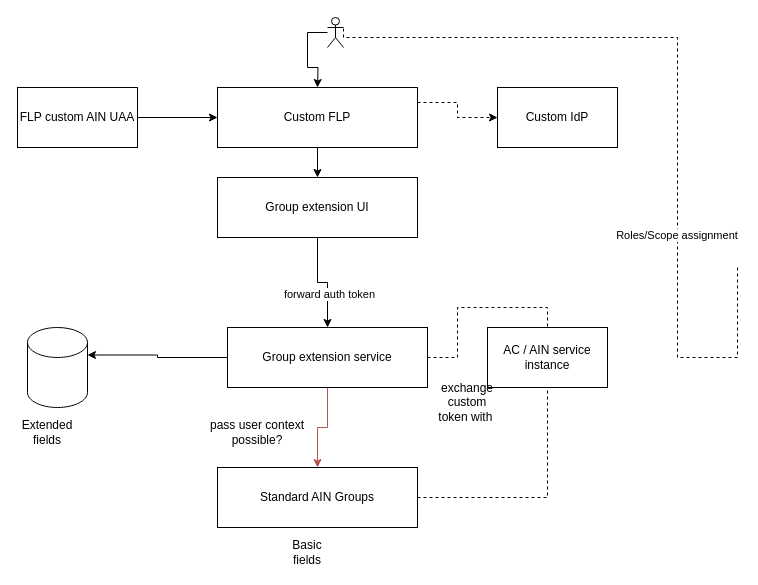
MohdSaifz/geojsons keeps this draw.io diagram as page "Page-9" (9 of 12) of Untitled Diagram.drawio. Above is the earlier version. Source tidied: cells renumbered, new cells numbered last; positions are measured from the earlier drawing's top-left corner, leaving out a move shared by most shapes. Both pictures are drawn from the tidied source at 100%, with x=0, y=0 at pixel (17, 17).
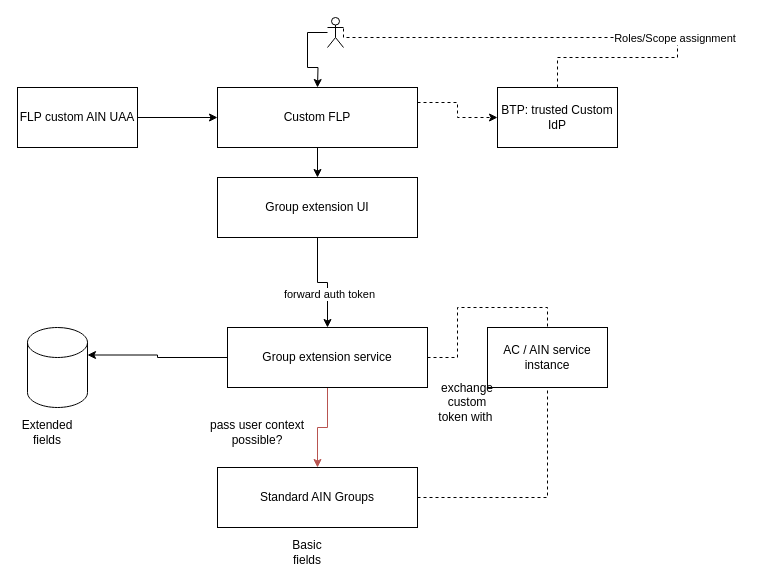
The same page after the edit.

The change refers to these unchanged cells:
```xml
<mxCell id="12" style="shape=umlActor;verticalLabelPosition=bottom;verticalAlign=top;html=1;outlineConnect=0;" parent="1" vertex="1">
  <mxGeometry x="310" width="16" height="30" as="geometry" />
</mxCell>
```

The edit, as a diff of the source:
```diff
@@
-    <mxCell id="8" style="edgeStyle=orthogonalEdgeStyle;rounded=0;jettySize=auto;html=1;entryX=1;entryY=0.3333333333333333;entryDx=0;entryDy=0;entryPerimeter=0;dashed=1;endArrow=none;endFill=0;" parent="1" edge="1" target="12">
+    <mxCell id="8" style="edgeStyle=orthogonalEdgeStyle;rounded=0;jettySize=auto;html=1;entryX=1;entryY=0.3333333333333333;entryDx=0;entryDy=0;entryPerimeter=0;dashed=1;endArrow=none;endFill=0;exitX=0.5;exitY=0;exitDx=0;exitDy=0;" parent="1" edge="1" source="17" target="12">
       <mxGeometry relative="1" as="geometry">
-        <mxPoint x="720" y="250" as="sourcePoint" />
         <Array as="points">
-          <mxPoint x="660" y="340" />
+          <mxPoint x="540" y="40" />
+          <mxPoint x="660" y="40" />
           <mxPoint x="660" y="20" />
           <mxPoint x="326" y="20" />
         </Array>
       </mxGeometry>
     </mxCell>
@@
-    <mxCell id="17" value="Custom IdP" style="whiteSpace=wrap;html=1;rounded=0;" parent="1" vertex="1">
+    <mxCell id="17" value="BTP: trusted Custom IdP" style="whiteSpace=wrap;html=1;rounded=0;" parent="1" vertex="1">
       <mxGeometry x="480" y="70" width="120" height="60" as="geometry" />
     </mxCell>
```
